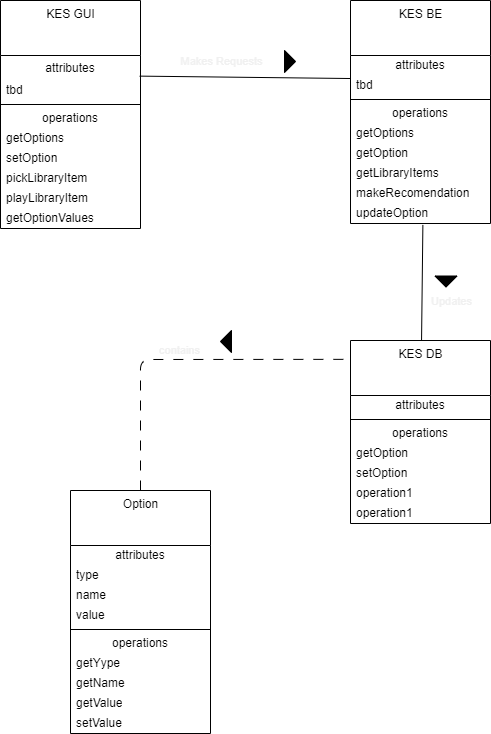
Above: classUML.png in dustinmcmahon/kodiAddon (draw.io), before the change. Source tidied: cells renumbered, new cells last; positions are measured from the earlier drawing's top-left corner, leaving out a move shared by most shapes. Source of this version:
```xml
<mxGraphModel>
  <root>
    <mxCell id="0" />
    <mxCell id="1" parent="0" />
    <mxCell id="2" value="KES BE" style="swimlane;fontStyle=0;align=center;verticalAlign=top;horizontal=1;startSize=55;html=1;" parent="1" vertex="1">
      <mxGeometry x="350" width="140" height="223" as="geometry" />
    </mxCell>
    <mxCell id="3" value="attributes" style="text;html=1;strokeColor=none;fillColor=none;align=center;verticalAlign=middle;spacingLeft=4;spacingRight=4;overflow=hidden;points=[[0,0.5],[1,0.5]];portConstraint=eastwest;" parent="2" vertex="1">
      <mxGeometry y="55" width="140" height="20" as="geometry" />
    </mxCell>
    <mxCell id="4" value="tbd" style="text;html=1;strokeColor=none;fillColor=none;align=left;verticalAlign=middle;spacingLeft=4;spacingRight=4;overflow=hidden;points=[[0,0.5],[1,0.5]];portConstraint=eastwest;" parent="2" vertex="1">
      <mxGeometry y="75" width="140" height="20" as="geometry" />
    </mxCell>
    <mxCell id="5" style="line;strokeWidth=1;fillColor=none;align=left;verticalAlign=middle;spacingTop=-1;spacingLeft=3;spacingRight=3;labelPosition=right;" parent="2" vertex="1">
      <mxGeometry y="95" width="140" height="8" as="geometry" />
    </mxCell>
    <mxCell id="6" value="operations" style="text;html=1;strokeColor=none;fillColor=none;align=center;verticalAlign=middle;spacingLeft=4;spacingRight=4;overflow=hidden;" parent="2" vertex="1">
      <mxGeometry y="103" width="140" height="20" as="geometry" />
    </mxCell>
    <mxCell id="7" value="getOptions" style="text;html=1;strokeColor=none;fillColor=none;align=left;verticalAlign=middle;spacingLeft=4;spacingRight=4;overflow=hidden;" parent="2" vertex="1">
      <mxGeometry y="123" width="140" height="20" as="geometry" />
    </mxCell>
    <mxCell id="8" value="getOption" style="text;html=1;strokeColor=none;fillColor=none;align=left;verticalAlign=middle;spacingLeft=4;spacingRight=4;overflow=hidden;" parent="2" vertex="1">
      <mxGeometry y="143" width="140" height="20" as="geometry" />
    </mxCell>
    <mxCell id="9" value="getLibraryItems" style="text;html=1;strokeColor=none;fillColor=none;align=left;verticalAlign=middle;spacingLeft=4;spacingRight=4;overflow=hidden;" parent="2" vertex="1">
      <mxGeometry y="163" width="140" height="20" as="geometry" />
    </mxCell>
    <mxCell id="10" value="makeRecomendation&lt;span style=&quot;color: rgba(0, 0, 0, 0); font-family: monospace; font-size: 0px;&quot;&gt;%3CmxGraphModel%3E%3Croot%3E%3CmxCell%20id%3D%220%22%2F%3E%3CmxCell%20id%3D%221%22%20parent%3D%220%22%2F%3E%3CmxCell%20id%3D%222%22%20value%3D%22getLibraryItems%22%20style%3D%22text%3Bhtml%3D1%3BstrokeColor%3Dnone%3BfillColor%3Dnone%3Balign%3Dleft%3BverticalAlign%3Dmiddle%3BspacingLeft%3D4%3BspacingRight%3D4%3Boverflow%3Dhidden%3Brotatable%3D0%3Bpoints%3D%5B%5B0%2C0.5%5D%2C%5B1%2C0.5%5D%5D%3BportConstraint%3Deastwest%3B%22%20vertex%3D%221%22%20parent%3D%221%22%3E%3CmxGeometry%20x%3D%22340%22%20y%3D%22405.5%22%20width%3D%22140%22%20height%3D%2220%22%20as%3D%22geometry%22%2F%3E%3C%2FmxCell%3E%3C%2Froot%3E%3C%2FmxGraphModel%3E&lt;/span&gt;" style="text;html=1;strokeColor=none;fillColor=none;align=left;verticalAlign=middle;spacingLeft=4;spacingRight=4;overflow=hidden;" parent="2" vertex="1">
      <mxGeometry y="183" width="140" height="20" as="geometry" />
    </mxCell>
    <mxCell id="11" value="updateOption" style="text;html=1;strokeColor=none;fillColor=none;align=left;verticalAlign=middle;spacingLeft=4;spacingRight=4;overflow=hidden;points=[[0,0.5],[1,0.5]];portConstraint=eastwest;" parent="2" vertex="1">
      <mxGeometry y="203" width="140" height="20" as="geometry" />
    </mxCell>
    <mxCell id="12" value="KES GUI" style="swimlane;fontStyle=0;align=center;verticalAlign=top;horizontal=1;startSize=55;html=1;" parent="1" vertex="1">
      <mxGeometry width="140" height="228" as="geometry" />
    </mxCell>
    <mxCell id="13" value="attributes" style="text;html=1;strokeColor=none;fillColor=none;align=center;verticalAlign=middle;spacingLeft=4;spacingRight=4;overflow=hidden;" parent="12" vertex="1">
      <mxGeometry y="55" width="140" height="25" as="geometry" />
    </mxCell>
    <mxCell id="14" value="tbd" style="text;html=1;strokeColor=none;fillColor=none;align=left;verticalAlign=middle;spacingLeft=4;spacingRight=4;overflow=hidden;points=[[0,0.5],[1,0.5]];portConstraint=eastwest;" parent="12" vertex="1">
      <mxGeometry y="80" width="140" height="20" as="geometry" />
    </mxCell>
    <mxCell id="15" style="line;strokeWidth=1;fillColor=none;align=left;verticalAlign=middle;spacingTop=-1;spacingLeft=3;spacingRight=3;labelPosition=right;" parent="12" vertex="1">
      <mxGeometry y="100" width="140" height="8" as="geometry" />
    </mxCell>
    <mxCell id="16" value="operations" style="text;html=1;strokeColor=none;fillColor=none;align=center;verticalAlign=middle;spacingLeft=4;spacingRight=4;overflow=hidden;" parent="12" vertex="1">
      <mxGeometry y="108" width="140" height="20" as="geometry" />
    </mxCell>
    <mxCell id="17" value="getOptions" style="text;html=1;strokeColor=none;fillColor=none;align=left;verticalAlign=middle;spacingLeft=4;spacingRight=4;overflow=hidden;" parent="12" vertex="1">
      <mxGeometry y="128" width="140" height="20" as="geometry" />
    </mxCell>
    <mxCell id="18" value="setOption" style="text;html=1;strokeColor=none;fillColor=none;align=left;verticalAlign=middle;spacingLeft=4;spacingRight=4;overflow=hidden;" parent="12" vertex="1">
      <mxGeometry y="148" width="140" height="20" as="geometry" />
    </mxCell>
    <mxCell id="19" value="pickLibraryItem" style="text;html=1;strokeColor=none;fillColor=none;align=left;verticalAlign=middle;spacingLeft=4;spacingRight=4;overflow=hidden;" parent="12" vertex="1">
      <mxGeometry y="168" width="140" height="20" as="geometry" />
    </mxCell>
    <mxCell id="20" value="playLibraryItem" style="text;html=1;strokeColor=none;fillColor=none;align=left;verticalAlign=middle;spacingLeft=4;spacingRight=4;overflow=hidden;" parent="12" vertex="1">
      <mxGeometry y="188" width="140" height="20" as="geometry" />
    </mxCell>
    <mxCell id="21" value="getOptionValues" style="text;html=1;strokeColor=none;fillColor=none;align=left;verticalAlign=middle;spacingLeft=4;spacingRight=4;overflow=hidden;" parent="12" vertex="1">
      <mxGeometry y="208" width="140" height="20" as="geometry" />
    </mxCell>
    <mxCell id="22" value="KES DB" style="swimlane;fontStyle=0;align=center;verticalAlign=top;horizontal=1;startSize=55;html=1;" parent="1" vertex="1">
      <mxGeometry x="350" y="340" width="140" height="183" as="geometry" />
    </mxCell>
    <mxCell id="23" value="attributes" style="text;html=1;strokeColor=none;fillColor=none;align=center;verticalAlign=middle;spacingLeft=4;spacingRight=4;overflow=hidden;" parent="22" vertex="1">
      <mxGeometry y="55" width="140" height="20" as="geometry" />
    </mxCell>
    <mxCell id="24" style="line;strokeWidth=1;fillColor=none;align=left;verticalAlign=middle;spacingTop=-1;spacingLeft=3;spacingRight=3;labelPosition=right;" parent="22" vertex="1">
      <mxGeometry y="75" width="140" height="8" as="geometry" />
    </mxCell>
    <mxCell id="25" value="operations" style="text;html=1;strokeColor=none;fillColor=none;align=center;verticalAlign=middle;spacingLeft=4;spacingRight=4;overflow=hidden;" parent="22" vertex="1">
      <mxGeometry y="83" width="140" height="20" as="geometry" />
    </mxCell>
    <mxCell id="26" value="getOption" style="text;html=1;strokeColor=none;fillColor=none;align=left;verticalAlign=middle;spacingLeft=4;spacingRight=4;overflow=hidden;" parent="22" vertex="1">
      <mxGeometry y="103" width="140" height="20" as="geometry" />
    </mxCell>
    <mxCell id="27" value="setOption" style="text;html=1;strokeColor=none;fillColor=none;align=left;verticalAlign=middle;spacingLeft=4;spacingRight=4;overflow=hidden;" parent="22" vertex="1">
      <mxGeometry y="123" width="140" height="20" as="geometry" />
    </mxCell>
    <mxCell id="28" value="operation1" style="text;html=1;strokeColor=none;fillColor=none;align=left;verticalAlign=middle;spacingLeft=4;spacingRight=4;overflow=hidden;" parent="22" vertex="1">
      <mxGeometry y="143" width="140" height="20" as="geometry" />
    </mxCell>
    <mxCell id="29" value="operation1" style="text;html=1;strokeColor=none;fillColor=none;align=left;verticalAlign=middle;spacingLeft=4;spacingRight=4;overflow=hidden;" parent="22" vertex="1">
      <mxGeometry y="163" width="140" height="20" as="geometry" />
    </mxCell>
    <mxCell id="30" value="Option" style="swimlane;fontStyle=0;align=center;verticalAlign=top;horizontal=1;startSize=55;html=1;" parent="1" vertex="1">
      <mxGeometry x="70" y="490" width="140" height="243" as="geometry" />
    </mxCell>
    <mxCell id="31" value="attributes" style="text;html=1;strokeColor=none;fillColor=none;align=center;verticalAlign=middle;spacingLeft=4;spacingRight=4;overflow=hidden;" parent="30" vertex="1">
      <mxGeometry y="55" width="140" height="20" as="geometry" />
    </mxCell>
    <mxCell id="32" value="type" style="text;html=1;strokeColor=none;fillColor=none;align=left;verticalAlign=middle;spacingLeft=4;spacingRight=4;overflow=hidden;" parent="30" vertex="1">
      <mxGeometry y="75" width="140" height="20" as="geometry" />
    </mxCell>
    <mxCell id="33" value="name" style="text;html=1;strokeColor=none;fillColor=none;align=left;verticalAlign=middle;spacingLeft=4;spacingRight=4;overflow=hidden;" parent="30" vertex="1">
      <mxGeometry y="95" width="140" height="20" as="geometry" />
    </mxCell>
    <mxCell id="34" value="value" style="text;html=1;strokeColor=none;fillColor=none;align=left;verticalAlign=middle;spacingLeft=4;spacingRight=4;overflow=hidden;" parent="30" vertex="1">
      <mxGeometry y="115" width="140" height="20" as="geometry" />
    </mxCell>
    <mxCell id="35" style="line;strokeWidth=1;fillColor=none;align=left;verticalAlign=middle;spacingTop=-1;spacingLeft=3;spacingRight=3;labelPosition=right;" parent="30" vertex="1">
      <mxGeometry y="135" width="140" height="8" as="geometry" />
    </mxCell>
    <mxCell id="36" value="operations" style="text;html=1;strokeColor=none;fillColor=none;align=center;verticalAlign=middle;spacingLeft=4;spacingRight=4;overflow=hidden;" parent="30" vertex="1">
      <mxGeometry y="143" width="140" height="20" as="geometry" />
    </mxCell>
    <mxCell id="37" value="getYype" style="text;html=1;strokeColor=none;fillColor=none;align=left;verticalAlign=middle;spacingLeft=4;spacingRight=4;overflow=hidden;" parent="30" vertex="1">
      <mxGeometry y="163" width="140" height="20" as="geometry" />
    </mxCell>
    <mxCell id="38" value="getName&lt;span style=&quot;color: rgba(0, 0, 0, 0); font-family: monospace; font-size: 0px;&quot;&gt;%3CmxGraphModel%3E%3Croot%3E%3CmxCell%20id%3D%220%22%2F%3E%3CmxCell%20id%3D%221%22%20parent%3D%220%22%2F%3E%3CmxCell%20id%3D%222%22%20value%3D%22operation1%22%20style%3D%22text%3Bhtml%3D1%3BstrokeColor%3Dnone%3BfillColor%3Dnone%3Balign%3Dleft%3BverticalAlign%3Dmiddle%3BspacingLeft%3D4%3BspacingRight%3D4%3Boverflow%3Dhidden%3Brotatable%3D0%3Bpoints%3D%5B%5B0%2C0.5%5D%2C%5B1%2C0.5%5D%5D%3BportConstraint%3Deastwest%3B%22%20vertex%3D%221%22%20parent%3D%221%22%3E%3CmxGeometry%20x%3D%22340%22%20y%3D%22693%22%20width%3D%22140%22%20height%3D%2220%22%20as%3D%22geometry%22%2F%3E%3C%2FmxCell%3E%3C%2Froot%3E%3C%2FmxGraphModel&lt;/span&gt;" style="text;html=1;strokeColor=none;fillColor=none;align=left;verticalAlign=middle;spacingLeft=4;spacingRight=4;overflow=hidden;" parent="30" vertex="1">
      <mxGeometry y="183" width="140" height="20" as="geometry" />
    </mxCell>
    <mxCell id="39" value="getValue&lt;span style=&quot;color: rgba(0, 0, 0, 0); font-family: monospace; font-size: 0px;&quot;&gt;%3CmxGraphModel%3E%3Croot%3E%3CmxCell%20id%3D%220%22%2F%3E%3CmxCell%20id%3D%221%22%20parent%3D%220%22%2F%3E%3CmxCell%20id%3D%222%22%20value%3D%22operation1%22%20style%3D%22text%3Bhtml%3D1%3BstrokeColor%3Dnone%3BfillColor%3Dnone%3Balign%3Dleft%3BverticalAlign%3Dmiddle%3BspacingLeft%3D4%3BspacingRight%3D4%3Boverflow%3Dhidden%3Brotatable%3D0%3Bpoints%3D%5B%5B0%2C0.5%5D%2C%5B1%2C0.5%5D%5D%3BportConstraint%3Deastwest%3B%22%20vertex%3D%221%22%20parent%3D%221%22%3E%3CmxGeometry%20x%3D%22340%22%20y%3D%22693%22%20width%3D%22140%22%20height%3D%2220%22%20as%3D%22geometry%22%2F%3E%3C%2FmxCell%3E%3C%2Froot%3E%3C%2FmxGraphModel%3E&lt;/span&gt;" style="text;html=1;strokeColor=none;fillColor=none;align=left;verticalAlign=middle;spacingLeft=4;spacingRight=4;overflow=hidden;" parent="30" vertex="1">
      <mxGeometry y="203" width="140" height="20" as="geometry" />
    </mxCell>
    <mxCell id="40" value="setValue&lt;span style=&quot;color: rgba(0, 0, 0, 0); font-family: monospace; font-size: 0px;&quot;&gt;%3CmxGraphModel%3E%3Croot%3E%3CmxCell%20id%3D%220%22%2F%3E%3CmxCell%20id%3D%221%22%20parent%3D%220%22%2F%3E%3CmxCell%20id%3D%222%22%20value%3D%22operation1%22%20style%3D%22text%3Bhtml%3D1%3BstrokeColor%3Dnone%3BfillColor%3Dnone%3Balign%3Dleft%3BverticalAlign%3Dmiddle%3BspacingLeft%3D4%3BspacingRight%3D4%3Boverflow%3Dhidden%3Brotatable%3D0%3Bpoints%3D%5B%5B0%2C0.5%5D%2C%5B1%2C0.5%5D%5D%3BportConstraint%3Deastwest%3B%22%20vertex%3D%221%22%20parent%3D%221%22%3E%3CmxGeometry%20x%3D%22340%22%20y%3D%22693%22%20width%3D%22140%22%20height%3D%2220%22%20as%3D%22geometry%22%2F%3E%3C%2FmxCell%3E%3C%2Froot%3E%3C%2FmxGraphModel%3E&lt;/span&gt;" style="text;html=1;strokeColor=none;fillColor=none;align=left;verticalAlign=middle;spacingLeft=4;spacingRight=4;overflow=hidden;" parent="30" vertex="1">
      <mxGeometry y="223" width="140" height="20" as="geometry" />
    </mxCell>
    <mxCell id="41" style="triangle;fillColor=strokeColor;fontColor=#F0F0F0;" parent="1" vertex="1">
      <mxGeometry x="284" y="50" width="11" height="22" as="geometry" />
    </mxCell>
    <mxCell id="42" style="endArrow=none;html=1;rounded=0;align=center;verticalAlign=bottom;labelBackgroundColor=none;fontColor=#F0F0F0;exitX=0.994;exitY=-0.219;exitDx=0;exitDy=0;exitPerimeter=0;entryX=0.003;entryY=1.151;entryDx=0;entryDy=0;entryPerimeter=0;" parent="1" edge="1" source="14" target="3">
      <mxGeometry relative="1" as="geometry" />
    </mxCell>
    <mxCell id="43" value="Makes Requests" style="edgeLabel;html=1;align=center;verticalAlign=middle;fontColor=#F0F0F0;labelBackgroundColor=none;" parent="42" vertex="1">
      <mxGeometry x="-0.23" y="3" relative="1" as="geometry">
        <mxPoint y="-13" as="offset" />
      </mxGeometry>
    </mxCell>
    <mxCell id="44" style="endArrow=none;html=1;rounded=0;align=center;verticalAlign=bottom;labelBackgroundColor=none;fontColor=#F0F0F0;exitX=0.517;exitY=1.071;exitDx=0;exitDy=0;exitPerimeter=0;" parent="1" edge="1" source="11" target="22">
      <mxGeometry relative="1" as="geometry" />
    </mxCell>
    <mxCell id="45" value="Updates" style="edgeLabel;html=1;align=center;verticalAlign=middle;fontColor=#F0F0F0;labelBackgroundColor=none;" parent="44" vertex="1">
      <mxGeometry x="0.24" y="3" relative="1" as="geometry">
        <mxPoint x="26" y="4" as="offset" />
      </mxGeometry>
    </mxCell>
    <mxCell id="46" style="triangle;fillColor=strokeColor;fontColor=#F0F0F0;rotation=90;" parent="1" vertex="1">
      <mxGeometry x="440" y="270" width="11" height="22" as="geometry" />
    </mxCell>
    <mxCell id="47" value="contains" style="endArrow=none;startArrow=none;endFill=0;startFill=0;endSize=8;html=1;verticalAlign=bottom;dashed=1;labelBackgroundColor=none;dashPattern=10 10;fontColor=#F0F0F0;exitX=0.5;exitY=0;exitDx=0;exitDy=0;entryX=-0.014;entryY=0.103;entryDx=0;entryDy=0;entryPerimeter=0;" parent="1" edge="1" source="30" target="22">
      <mxGeometry relative="1" as="geometry">
        <Array as="points">
          <mxPoint x="140" y="359" />
        </Array>
      </mxGeometry>
    </mxCell>
    <mxCell id="48" style="triangle;fillColor=strokeColor;fontColor=#F0F0F0;rotation=-180;" parent="1" vertex="1">
      <mxGeometry x="220" y="330" width="11" height="22" as="geometry" />
    </mxCell>
  </root>
</mxGraphModel>
```
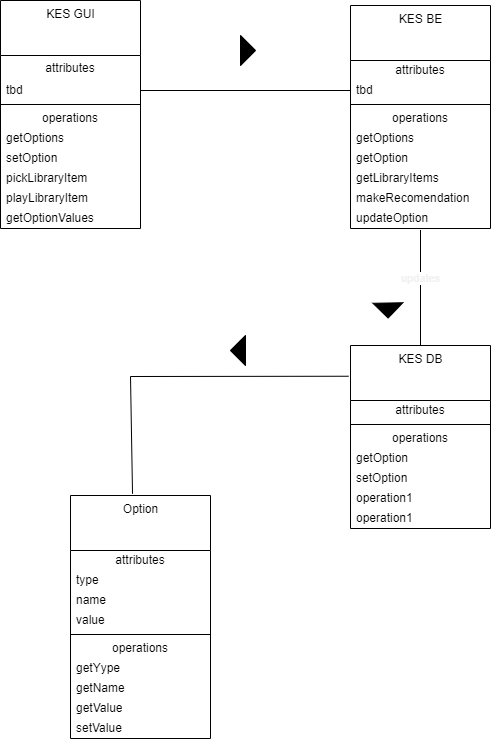
Above is the later version.

The edit, as a diff of the source:
```diff
@@ -33,7 +33,7 @@
       <mxGeometry y="203" width="140" height="20" as="geometry" />
     </mxCell>
     <mxCell id="12" value="KES GUI" style="swimlane;fontStyle=0;align=center;verticalAlign=top;horizontal=1;startSize=55;html=1;" parent="1" vertex="1">
-      <mxGeometry width="140" height="228" as="geometry" />
+      <mxGeometry y="-5" width="140" height="228" as="geometry" />
     </mxCell>
     <mxCell id="13" value="attributes" style="text;html=1;strokeColor=none;fillColor=none;align=center;verticalAlign=middle;spacingLeft=4;spacingRight=4;overflow=hidden;" parent="12" vertex="1">
       <mxGeometry y="55" width="140" height="25" as="geometry" />
@@ -119,37 +119,27 @@
     <mxCell id="40" value="setValue&lt;span style=&quot;color: rgba(0, 0, 0, 0); font-family: monospace; font-size: 0px;&quot;&gt;%3CmxGraphModel%3E%3Croot%3E%3CmxCell%20id%3D%220%22%2F%3E%3CmxCell%20id%3D%221%22%20parent%3D%220%22%2F%3E%3CmxCell%20id%3D%222%22%20value%3D%22operation1%22%20style%3D%22text%3Bhtml%3D1%3BstrokeColor%3Dnone%3BfillColor%3Dnone%3Balign%3Dleft%3BverticalAlign%3Dmiddle%3BspacingLeft%3D4%3BspacingRight%3D4%3Boverflow%3Dhidden%3Brotatable%3D0%3Bpoints%3D%5B%5B0%2C0.5%5D%2C%5B1%2C0.5%5D%5D%3BportConstraint%3Deastwest%3B%22%20vertex%3D%221%22%20parent%3D%221%22%3E%3CmxGeometry%20x%3D%22340%22%20y%3D%22693%22%20width%3D%22140%22%20height%3D%2220%22%20as%3D%22geometry%22%2F%3E%3C%2FmxCell%3E%3C%2Froot%3E%3C%2FmxGraphModel%3E&lt;/span&gt;" style="text;html=1;strokeColor=none;fillColor=none;align=left;verticalAlign=middle;spacingLeft=4;spacingRight=4;overflow=hidden;" parent="30" vertex="1">
       <mxGeometry y="223" width="140" height="20" as="geometry" />
     </mxCell>
-    <mxCell id="41" style="triangle;fillColor=strokeColor;fontColor=#F0F0F0;" parent="1" vertex="1">
-      <mxGeometry x="284" y="50" width="11" height="22" as="geometry" />
-    </mxCell>
-    <mxCell id="42" style="endArrow=none;html=1;rounded=0;align=center;verticalAlign=bottom;labelBackgroundColor=none;fontColor=#F0F0F0;exitX=0.994;exitY=-0.219;exitDx=0;exitDy=0;exitPerimeter=0;entryX=0.003;entryY=1.151;entryDx=0;entryDy=0;entryPerimeter=0;" parent="1" edge="1" source="14" target="3">
-      <mxGeometry relative="1" as="geometry" />
-    </mxCell>
-    <mxCell id="43" value="Makes Requests" style="edgeLabel;html=1;align=center;verticalAlign=middle;fontColor=#F0F0F0;labelBackgroundColor=none;" parent="42" vertex="1">
-      <mxGeometry x="-0.23" y="3" relative="1" as="geometry">
-        <mxPoint y="-13" as="offset" />
-      </mxGeometry>
-    </mxCell>
+    <mxCell id="49" style="triangle;fillColor=strokeColor;labelBackgroundColor=none;fontColor=#F0F0F0;" parent="1" vertex="1">
+      <mxGeometry x="240" y="30" width="15" height="30" as="geometry" />
+    </mxCell>
+    <mxCell id="50" value="&lt;font color=&quot;#ffffff&quot;&gt;requests data&lt;/font&gt;" style="endArrow=none;html=1;rounded=0;align=center;verticalAlign=bottom;labelBackgroundColor=default;fontColor=#F0F0F0;exitX=1;exitY=0.5;exitDx=0;exitDy=0;entryX=0;entryY=0.5;entryDx=0;entryDy=0;" parent="1" edge="1" source="14" target="4">
+      <mxGeometry relative="1" as="geometry" />
+    </mxCell>
+    <mxCell id="51" style="triangle;fillColor=strokeColor;labelBackgroundColor=none;fontColor=#F0F0F0;rotation=89;" parent="1" vertex="1">
+      <mxGeometry x="380" y="290" width="15" height="30" as="geometry" />
+    </mxCell>
-    <mxCell id="44" style="endArrow=none;html=1;rounded=0;align=center;verticalAlign=bottom;labelBackgroundColor=none;fontColor=#F0F0F0;exitX=0.517;exitY=1.071;exitDx=0;exitDy=0;exitPerimeter=0;" parent="1" edge="1" source="11" target="22">
+    <mxCell id="44" value="updates" style="endArrow=none;html=1;rounded=0;align=center;verticalAlign=bottom;labelBackgroundColor=default;fontColor=#F0F0F0;exitX=0.5;exitY=1.071;exitDx=0;exitDy=0;exitPerimeter=0;entryX=0.5;entryY=0;entryDx=0;entryDy=0;" parent="1" edge="1" source="11" target="22">
       <mxGeometry relative="1" as="geometry" />
     </mxCell>
-    <mxCell id="45" value="Updates" style="edgeLabel;html=1;align=center;verticalAlign=middle;fontColor=#F0F0F0;labelBackgroundColor=none;" parent="44" vertex="1">
-      <mxGeometry x="0.24" y="3" relative="1" as="geometry">
-        <mxPoint x="26" y="4" as="offset" />
-      </mxGeometry>
-    </mxCell>
-    <mxCell id="46" style="triangle;fillColor=strokeColor;fontColor=#F0F0F0;rotation=90;" parent="1" vertex="1">
-      <mxGeometry x="440" y="270" width="11" height="22" as="geometry" />
-    </mxCell>
-    <mxCell id="47" value="contains" style="endArrow=none;startArrow=none;endFill=0;startFill=0;endSize=8;html=1;verticalAlign=bottom;dashed=1;labelBackgroundColor=none;dashPattern=10 10;fontColor=#F0F0F0;exitX=0.5;exitY=0;exitDx=0;exitDy=0;entryX=-0.014;entryY=0.103;entryDx=0;entryDy=0;entryPerimeter=0;" parent="1" edge="1" source="30" target="22">
+    <mxCell id="47" value="&lt;font color=&quot;#ffffff&quot;&gt;Contains&lt;/font&gt;" style="endArrow=none;html=1;rounded=0;align=center;verticalAlign=bottom;labelBackgroundColor=default;fontColor=#F0F0F0;exitX=0.443;exitY=-0.007;exitDx=0;exitDy=0;exitPerimeter=0;entryX=-0.014;entryY=0.168;entryDx=0;entryDy=0;entryPerimeter=0;" parent="1" edge="1" source="30" target="22">
       <mxGeometry relative="1" as="geometry">
         <Array as="points">
-          <mxPoint x="140" y="359" />
+          <mxPoint x="130" y="371" />
         </Array>
       </mxGeometry>
     </mxCell>
-    <mxCell id="48" style="triangle;fillColor=strokeColor;fontColor=#F0F0F0;rotation=-180;" parent="1" vertex="1">
-      <mxGeometry x="220" y="330" width="11" height="22" as="geometry" />
-    </mxCell>
+    <mxCell id="52" style="triangle;fillColor=strokeColor;labelBackgroundColor=none;fontColor=#F0F0F0;rotation=-180;" parent="1" vertex="1">
+      <mxGeometry x="230" y="330" width="15" height="30" as="geometry" />
+    </mxCell>
   </root>
 </mxGraphModel>
```
